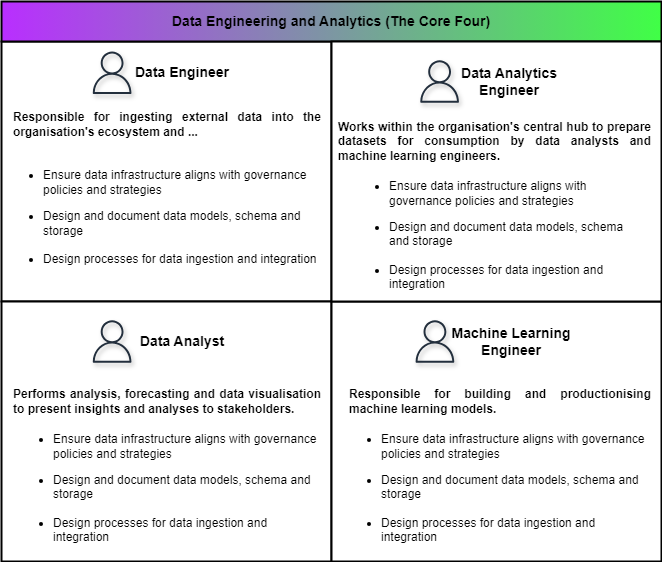
This is images/blogs/corefour.png from RobSLong/RobSLong.github.io, a draw.io export, as it was before one commit. Source tidied: cells renumbered, new cells last; positions are measured from the earlier drawing's top-left corner, leaving out a move shared by most shapes.
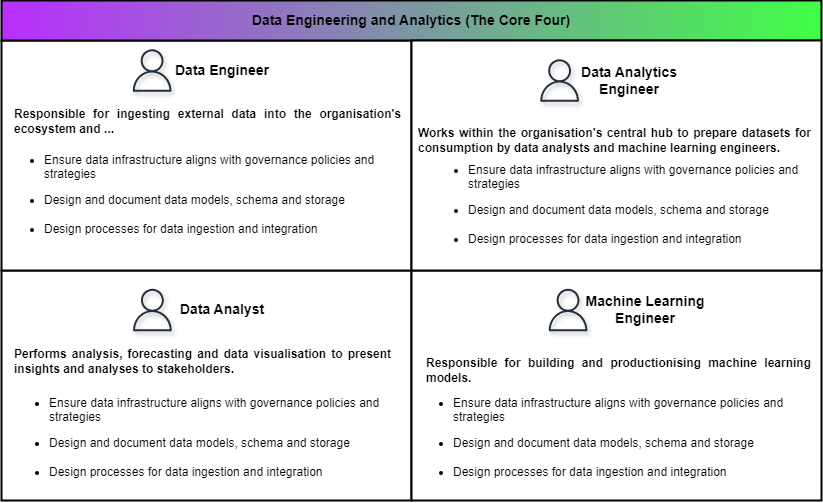
Above is the later version.

Change to the diagram source:
```diff
@@ -2,68 +2,68 @@
   <root>
     <mxCell id="0" />
     <mxCell id="1" parent="0" />
-    <mxCell id="2" style="rounded=0;whiteSpace=wrap;html=1;strokeWidth=2;" parent="1" vertex="1">
-      <mxGeometry y="40" width="330" height="260" as="geometry" />
-    </mxCell>
-    <mxCell id="3" style="rounded=0;whiteSpace=wrap;html=1;strokeWidth=2;" parent="1" vertex="1">
-      <mxGeometry y="300" width="330" height="260" as="geometry" />
-    </mxCell>
-    <mxCell id="4" style="rounded=0;whiteSpace=wrap;html=1;strokeWidth=2;" parent="1" vertex="1">
-      <mxGeometry x="330" y="300" width="330" height="260" as="geometry" />
-    </mxCell>
+    <mxCell id="23" style="rounded=0;whiteSpace=wrap;html=1;strokeWidth=2;" parent="1" vertex="1">
+      <mxGeometry x="-80" y="270" width="410" height="230" as="geometry" />
+    </mxCell>
+    <mxCell id="24" style="rounded=0;whiteSpace=wrap;html=1;strokeWidth=2;" parent="1" vertex="1">
+      <mxGeometry x="-80" y="40" width="410" height="230" as="geometry" />
+    </mxCell>
+    <mxCell id="25" style="rounded=0;whiteSpace=wrap;html=1;strokeWidth=2;" parent="1" vertex="1">
+      <mxGeometry x="330" y="270" width="410" height="230" as="geometry" />
+    </mxCell>
     <mxCell id="5" style="sketch=0;fontColor=#232F3E;gradientColor=none;fillColor=#232F3D;strokeColor=none;dashed=0;verticalLabelPosition=bottom;verticalAlign=top;align=center;html=1;fontSize=12;fontStyle=0;shape=mxgraph.aws4.user;shadow=1;textShadow=1;" parent="1" vertex="1">
-      <mxGeometry x="89.4" y="50" width="42.5" height="42.5" as="geometry" />
+      <mxGeometry x="49.4" y="48.8" width="42.5" height="42.5" as="geometry" />
     </mxCell>
     <mxCell id="6" value="&lt;b&gt;&lt;font style=&quot;font-size: 14px;&quot;&gt;Data Engineer&lt;/font&gt;&lt;/b&gt;" style="rounded=0;whiteSpace=wrap;html=1;fillColor=none;strokeColor=none;" parent="1" vertex="1">
-      <mxGeometry x="120.6" y="41.2" width="120" height="60" as="geometry" />
+      <mxGeometry x="80.6" y="40" width="120" height="60" as="geometry" />
     </mxCell>
     <mxCell id="7" value="&lt;ul&gt;&lt;li&gt;&lt;span style=&quot;background-color: initial; text-align: justify;&quot;&gt;Ensure data infrastructure aligns with governance policies and strategies&lt;/span&gt;&lt;/li&gt;&lt;/ul&gt;&lt;ul&gt;&lt;li&gt;&lt;span style=&quot;background-color: initial;&quot;&gt;Design and document data models, schema and storage&lt;br&gt;&lt;br&gt;&lt;/span&gt;&lt;/li&gt;&lt;li&gt;Design processes for data ingestion and integration&lt;/li&gt;&lt;/ul&gt;" style="rounded=0;whiteSpace=wrap;html=1;align=left;strokeColor=none;fillColor=none;" parent="1" vertex="1">
-      <mxGeometry y="152.5" width="320" height="127" as="geometry" />
+      <mxGeometry x="-79.4" y="130" width="409.4" height="127" as="geometry" />
     </mxCell>
     <mxCell id="8" value="&lt;div style=&quot;text-align: justify;&quot;&gt;&lt;b&gt;Responsible for ingesting external data into the organisation's ecosystem and ...&lt;/b&gt;&lt;br&gt;&lt;/div&gt;" style="rounded=0;whiteSpace=wrap;html=1;align=left;strokeColor=none;fillColor=none;" parent="1" vertex="1">
-      <mxGeometry x="10" y="92.5" width="310" height="60" as="geometry" />
+      <mxGeometry x="-69.4" y="91.2" width="389.4" height="60" as="geometry" />
     </mxCell>
     <mxCell id="9" value="&lt;b&gt;&lt;font style=&quot;font-size: 14px;&quot;&gt;Data Engineering and Analytics (The Core Four)&lt;/font&gt;&lt;/b&gt;" style="rounded=0;whiteSpace=wrap;html=1;gradientColor=#40FF46;gradientDirection=east;fillColor=#B92EFF;strokeWidth=2;" parent="1" vertex="1">
-      <mxGeometry width="660" height="40" as="geometry" />
+      <mxGeometry x="-80" width="820" height="40" as="geometry" />
     </mxCell>
     <mxCell id="10" style="rounded=0;whiteSpace=wrap;html=1;strokeWidth=2;" parent="1" vertex="1">
-      <mxGeometry x="330" y="40" width="330" height="260" as="geometry" />
+      <mxGeometry x="330" y="40" width="410" height="230" as="geometry" />
     </mxCell>
     <mxCell id="11" style="sketch=0;fontColor=#232F3E;gradientColor=none;fillColor=#232F3D;strokeColor=none;dashed=0;verticalLabelPosition=bottom;verticalAlign=top;align=center;html=1;fontSize=12;fontStyle=0;shape=mxgraph.aws4.user;shadow=1;textShadow=1;" parent="1" vertex="1">
-      <mxGeometry x="416.9" y="58.8" width="42.5" height="42.5" as="geometry" />
+      <mxGeometry x="456.9" y="58.8" width="42.5" height="42.5" as="geometry" />
     </mxCell>
     <mxCell id="12" value="&lt;b&gt;&lt;font style=&quot;font-size: 14px;&quot;&gt;Data Analytics Engineer&lt;/font&gt;&lt;/b&gt;" style="rounded=0;whiteSpace=wrap;html=1;fillColor=none;strokeColor=none;" parent="1" vertex="1">
-      <mxGeometry x="448.1" y="50" width="120" height="60" as="geometry" />
+      <mxGeometry x="488.1" y="50" width="120" height="60" as="geometry" />
     </mxCell>
     <mxCell id="13" value="&lt;ul&gt;&lt;li&gt;&lt;span style=&quot;background-color: initial; text-align: justify;&quot;&gt;Ensure data infrastructure aligns with governance policies and strategies&lt;/span&gt;&lt;/li&gt;&lt;/ul&gt;&lt;ul&gt;&lt;li&gt;&lt;span style=&quot;background-color: initial;&quot;&gt;Design and document data models, schema and storage&lt;br&gt;&lt;br&gt;&lt;/span&gt;&lt;/li&gt;&lt;li&gt;Design processes for data ingestion and integration&lt;/li&gt;&lt;/ul&gt;" style="rounded=0;whiteSpace=wrap;html=1;align=left;strokeColor=none;fillColor=none;" parent="1" vertex="1">
-      <mxGeometry x="345.6" y="200" width="284.4" height="67" as="geometry" />
+      <mxGeometry x="345.3" y="170" width="374.4" height="67" as="geometry" />
     </mxCell>
     <mxCell id="14" value="&lt;div style=&quot;text-align: justify;&quot;&gt;&lt;b&gt;Works within the organisation's central hub to prepare datasets for consumption by data analysts and machine learning engineers.&lt;/b&gt;&lt;/div&gt;" style="rounded=0;whiteSpace=wrap;html=1;align=left;strokeColor=none;fillColor=none;" parent="1" vertex="1">
-      <mxGeometry x="335" y="110" width="315" height="60" as="geometry" />
+      <mxGeometry x="335" y="110" width="395" height="60" as="geometry" />
     </mxCell>
     <mxCell id="15" style="sketch=0;fontColor=#232F3E;gradientColor=none;fillColor=#232F3D;strokeColor=none;dashed=0;verticalLabelPosition=bottom;verticalAlign=top;align=center;html=1;fontSize=12;fontStyle=0;shape=mxgraph.aws4.user;shadow=1;textShadow=1;" parent="1" vertex="1">
-      <mxGeometry x="89.4" y="318.8" width="42.5" height="42.5" as="geometry" />
+      <mxGeometry x="49.7" y="288.2" width="42.5" height="42.5" as="geometry" />
     </mxCell>
     <mxCell id="16" value="&lt;b&gt;&lt;font style=&quot;font-size: 14px;&quot;&gt;Data Analyst&lt;/font&gt;&lt;/b&gt;" style="rounded=0;whiteSpace=wrap;html=1;fillColor=none;strokeColor=none;" parent="1" vertex="1">
-      <mxGeometry x="120.6" y="310" width="120" height="60" as="geometry" />
+      <mxGeometry x="80.9" y="279.5" width="120" height="60" as="geometry" />
     </mxCell>
     <mxCell id="17" value="&lt;ul&gt;&lt;li&gt;&lt;span style=&quot;background-color: initial; text-align: justify;&quot;&gt;Ensure data infrastructure aligns with governance policies and strategies&lt;/span&gt;&lt;/li&gt;&lt;/ul&gt;&lt;ul&gt;&lt;li&gt;&lt;span style=&quot;background-color: initial;&quot;&gt;Design and document data models, schema and storage&lt;br&gt;&lt;br&gt;&lt;/span&gt;&lt;/li&gt;&lt;li&gt;Design processes for data ingestion and integration&lt;/li&gt;&lt;/ul&gt;" style="rounded=0;whiteSpace=wrap;html=1;align=left;strokeColor=none;fillColor=none;" parent="1" vertex="1">
-      <mxGeometry x="10" y="423.5" width="310" height="127" as="geometry" />
+      <mxGeometry x="-74.4" y="373" width="389.4" height="127" as="geometry" />
     </mxCell>
     <mxCell id="18" value="&lt;div style=&quot;text-align: justify;&quot;&gt;&lt;b&gt;Performs analysis, forecasting and data visualisation to present insights and analyses to stakeholders.&lt;/b&gt;&lt;br&gt;&lt;/div&gt;" style="rounded=0;whiteSpace=wrap;html=1;align=left;strokeColor=none;fillColor=none;" parent="1" vertex="1">
-      <mxGeometry x="10" y="370" width="310" height="60" as="geometry" />
+      <mxGeometry x="-69.4" y="330.8" width="379.4" height="60" as="geometry" />
     </mxCell>
     <mxCell id="19" style="sketch=0;fontColor=#232F3E;gradientColor=none;fillColor=#232F3D;strokeColor=none;dashed=0;verticalLabelPosition=bottom;verticalAlign=top;align=center;html=1;fontSize=12;fontStyle=0;shape=mxgraph.aws4.user;shadow=1;textShadow=1;" parent="1" vertex="1">
-      <mxGeometry x="412.2" y="318.8" width="42.5" height="42.5" as="geometry" />
+      <mxGeometry x="465.3" y="288.2" width="42.5" height="42.5" as="geometry" />
     </mxCell>
     <mxCell id="20" value="&lt;b&gt;&lt;font style=&quot;font-size: 14px;&quot;&gt;Machine Learning Engineer&lt;/font&gt;&lt;/b&gt;" style="rounded=0;whiteSpace=wrap;html=1;fillColor=none;strokeColor=none;" parent="1" vertex="1">
-      <mxGeometry x="443.4" y="310" width="134.4" height="60" as="geometry" />
+      <mxGeometry x="496.6" y="279.5" width="134.4" height="60" as="geometry" />
     </mxCell>
     <mxCell id="21" value="&lt;ul&gt;&lt;li&gt;&lt;span style=&quot;background-color: initial; text-align: justify;&quot;&gt;Ensure data infrastructure aligns with governance policies and strategies&lt;/span&gt;&lt;/li&gt;&lt;/ul&gt;&lt;ul&gt;&lt;li&gt;&lt;span style=&quot;background-color: initial;&quot;&gt;Design and document data models, schema and storage&lt;br&gt;&lt;br&gt;&lt;/span&gt;&lt;/li&gt;&lt;li&gt;Design processes for data ingestion and integration&lt;/li&gt;&lt;/ul&gt;" style="rounded=0;whiteSpace=wrap;html=1;align=left;strokeColor=none;fillColor=none;" parent="1" vertex="1">
-      <mxGeometry x="337.5" y="423.5" width="310" height="127" as="geometry" />
+      <mxGeometry x="330" y="373" width="390" height="127" as="geometry" />
     </mxCell>
     <mxCell id="22" value="&lt;div style=&quot;text-align: justify;&quot;&gt;&lt;b&gt;Responsible for building and productionising machine learning models.&lt;/b&gt;&lt;br&gt;&lt;/div&gt;" style="rounded=0;whiteSpace=wrap;html=1;align=left;strokeColor=none;fillColor=none;" parent="1" vertex="1">
-      <mxGeometry x="345.6" y="370" width="304.4" height="60" as="geometry" />
+      <mxGeometry x="343.1" y="339.5" width="386.9" height="60" as="geometry" />
     </mxCell>
   </root>
 </mxGraphModel>
```
